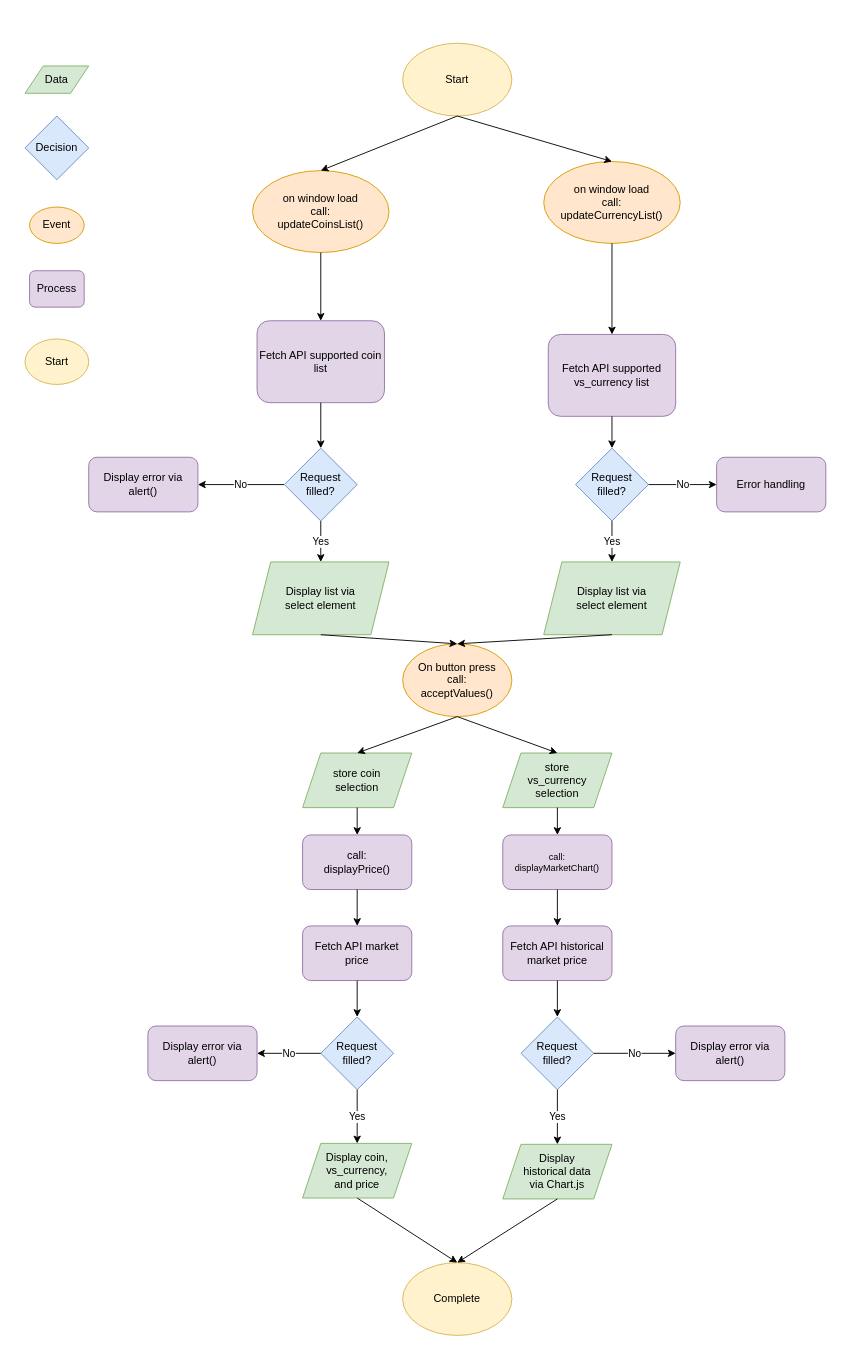
PatrickGDaunt/CrytpoWatch keeps this draw.io diagram as page "Flow Diagram" (2 of 3) of design/Crypto_Prices_Webpage.drawio. Above is the earlier version. Source tidied: cells renumbered, new cells numbered last; positions are measured from the earlier drawing's top-left corner, leaving out a move shared by most shapes. Both pictures are drawn from the tidied source at 91%, with x=0, y=0 at pixel (25, 43).
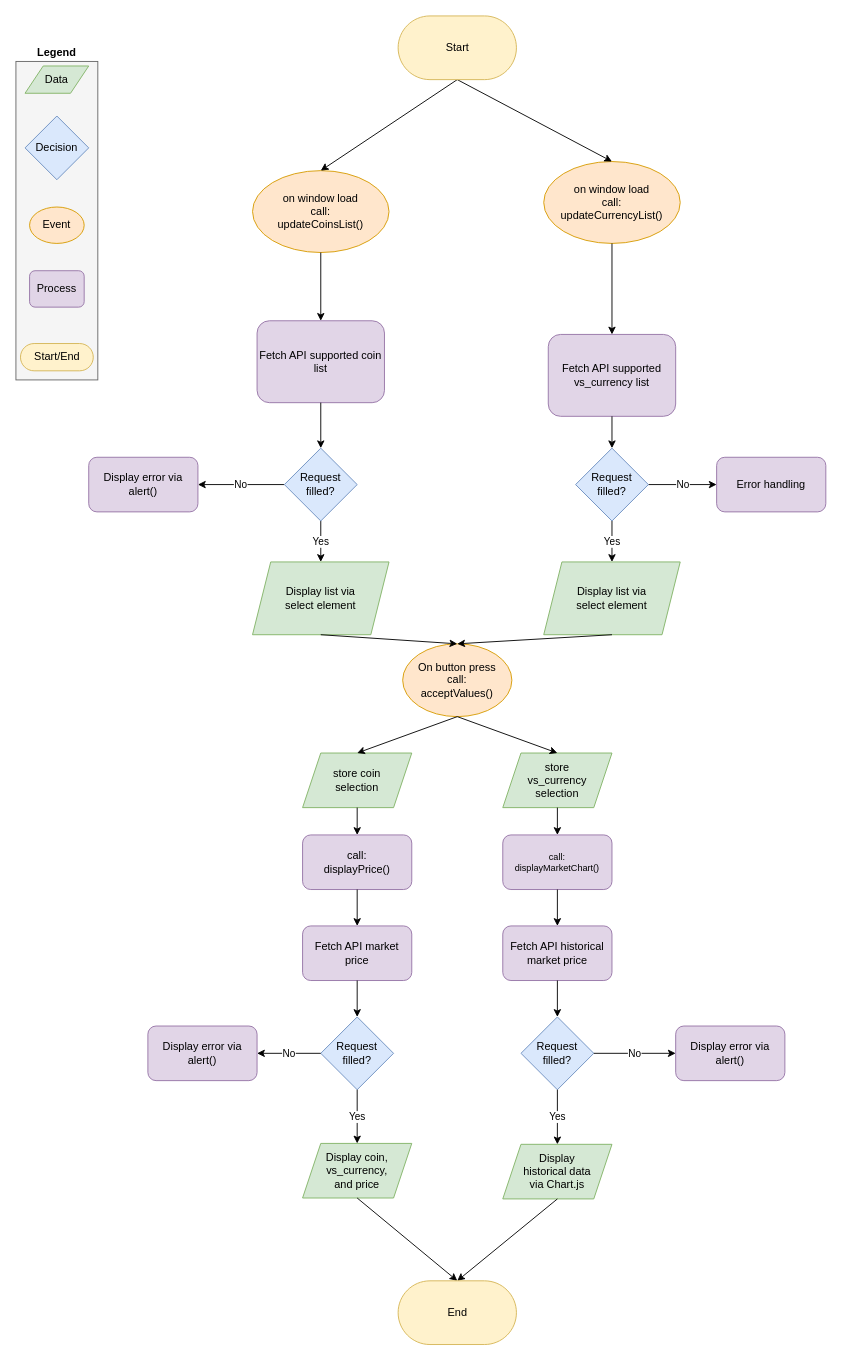
The same diagram, later.

Unchanged cells that the change refers to:
```xml
<mxCell id="7" value="&lt;div&gt;Display coin,&lt;/div&gt;&lt;div&gt;vs_currency,&lt;/div&gt;&lt;div&gt;and price&lt;br&gt;&lt;/div&gt;" style="shape=parallelogram;perimeter=parallelogramPerimeter;whiteSpace=wrap;html=1;fixedSize=1;fillColor=#d5e8d4;strokeColor=#82b366;" parent="1" vertex="1">
  <mxGeometry x="305" y="1209" width="120" height="60" as="geometry" />
</mxCell>
<mxCell id="21" value="&lt;div&gt;on window load&lt;br&gt;&lt;/div&gt;&lt;div&gt;call:&lt;/div&gt;updateCurrencyList()" style="ellipse;whiteSpace=wrap;html=1;fillColor=#ffe6cc;strokeColor=#d79b00;" parent="1" vertex="1">
  <mxGeometry x="570" y="130" width="150" height="90" as="geometry" />
</mxCell>
<mxCell id="22" value="&lt;div&gt;on window load&lt;br&gt;&lt;/div&gt;&lt;div&gt;call:&lt;/div&gt;updateCoinsList()" style="ellipse;whiteSpace=wrap;html=1;fillColor=#ffe6cc;strokeColor=#d79b00;" parent="1" vertex="1">
  <mxGeometry x="250" y="140" width="150" height="90" as="geometry" />
</mxCell>
<mxCell id="27" value="&lt;div&gt;Display&lt;/div&gt;&lt;div&gt;historical data &lt;br&gt;&lt;/div&gt;&lt;div&gt;via Chart.js&lt;/div&gt;" style="shape=parallelogram;perimeter=parallelogramPerimeter;whiteSpace=wrap;html=1;fixedSize=1;fillColor=#d5e8d4;strokeColor=#82b366;" parent="1" vertex="1">
  <mxGeometry x="525" y="1210" width="120" height="60" as="geometry" />
</mxCell>
```

The edit, as a diff of the source:
```diff
@@
-    <mxCell id="2" value="Start" style="ellipse;whiteSpace=wrap;html=1;fillColor=#fff2cc;strokeColor=#d6b656;" parent="1" vertex="1">
-      <mxGeometry y="325" width="70" height="50" as="geometry" />
-    </mxCell>
+    <mxCell id="58" style="rounded=0;whiteSpace=wrap;html=1;align=left;fillColor=#f5f5f5;strokeColor=#666666;fontColor=#333333;" parent="1" vertex="1">
+      <mxGeometry x="-10" y="20" width="90" height="350" as="geometry" />
+    </mxCell>
@@
-    <mxCell id="6" value="Start" style="ellipse;whiteSpace=wrap;html=1;fillColor=#fff2cc;strokeColor=#d6b656;" parent="1" vertex="1">
-      <mxGeometry x="415" width="120" height="80" as="geometry" />
-    </mxCell>
@@
-    <mxCell id="11" value="Complete" style="ellipse;whiteSpace=wrap;html=1;fillColor=#fff2cc;strokeColor=#d6b656;" parent="1" vertex="1">
-      <mxGeometry x="415" y="1340" width="120" height="80" as="geometry" />
-    </mxCell>
@@
-    <mxCell id="30" style="endArrow=classic;html=1;entryX=0.5;entryY=0;entryDx=0;entryDy=0;exitX=0.5;exitY=1;exitDx=0;exitDy=0;" parent="1" edge="1" source="6" target="21">
+    <mxCell id="30" style="endArrow=classic;html=1;entryX=0.5;entryY=0;entryDx=0;entryDy=0;exitX=0.5;exitY=0.5;exitDx=0;exitDy=35;exitPerimeter=0;" parent="1" edge="1" source="60" target="21">
       <mxGeometry relative="1" as="geometry" />
     </mxCell>
-    <mxCell id="31" style="endArrow=classic;html=1;exitX=0.5;exitY=1;exitDx=0;exitDy=0;entryX=0.5;entryY=0;entryDx=0;entryDy=0;" parent="1" edge="1" source="6" target="22">
+    <mxCell id="31" style="endArrow=classic;html=1;exitX=0.5;exitY=0.5;exitDx=0;exitDy=35;entryX=0.5;entryY=0;entryDx=0;entryDy=0;exitPerimeter=0;" parent="1" edge="1" source="60" target="22">
       <mxGeometry relative="1" as="geometry" />
     </mxCell>
@@
-    <mxCell id="56" style="endArrow=classic;html=1;entryX=0.5;entryY=0;entryDx=0;entryDy=0;exitX=0.5;exitY=1;exitDx=0;exitDy=0;" parent="1" edge="1" source="7" target="11">
+    <mxCell id="56" style="endArrow=classic;html=1;entryX=0.5;entryY=0.5;entryDx=0;entryDy=-35;exitX=0.5;exitY=1;exitDx=0;exitDy=0;entryPerimeter=0;" parent="1" edge="1" source="7" target="61">
       <mxGeometry relative="1" as="geometry" />
     </mxCell>
-    <mxCell id="57" style="endArrow=classic;html=1;entryX=0.5;entryY=0;entryDx=0;entryDy=0;exitX=0.5;exitY=1;exitDx=0;exitDy=0;" parent="1" edge="1" source="27" target="11">
+    <mxCell id="57" style="endArrow=classic;html=1;entryX=0.5;entryY=0.5;entryDx=0;entryDy=-35;exitX=0.5;exitY=1;exitDx=0;exitDy=0;entryPerimeter=0;" parent="1" edge="1" source="27" target="61">
       <mxGeometry relative="1" as="geometry" />
     </mxCell>
+    <mxCell id="59" value="&lt;div&gt;Start/End&lt;/div&gt;" style="html=1;dashed=0;whitespace=wrap;shape=mxgraph.dfd.start;fillColor=#fff2cc;strokeColor=#d6b656;" parent="1" vertex="1">
+      <mxGeometry x="-5" y="330" width="80" height="30" as="geometry" />
+    </mxCell>
+    <mxCell id="60" value="Start" style="html=1;dashed=0;whitespace=wrap;shape=mxgraph.dfd.start;fillColor=#fff2cc;strokeColor=#d6b656;" parent="1" vertex="1">
+      <mxGeometry x="410" y="-30" width="130" height="70" as="geometry" />
+    </mxCell>
+    <mxCell id="61" value="End" style="html=1;dashed=0;whitespace=wrap;shape=mxgraph.dfd.start;fillColor=#fff2cc;strokeColor=#d6b656;" parent="1" vertex="1">
+      <mxGeometry x="410" y="1360" width="130" height="70" as="geometry" />
+    </mxCell>
+    <mxCell id="62" value="Legend" style="text;html=1;strokeColor=none;fillColor=none;align=center;verticalAlign=middle;whiteSpace=wrap;rounded=0;fontStyle=1;" parent="1" vertex="1">
+      <mxGeometry x="-10" width="90" height="20" as="geometry" />
+    </mxCell>
```
